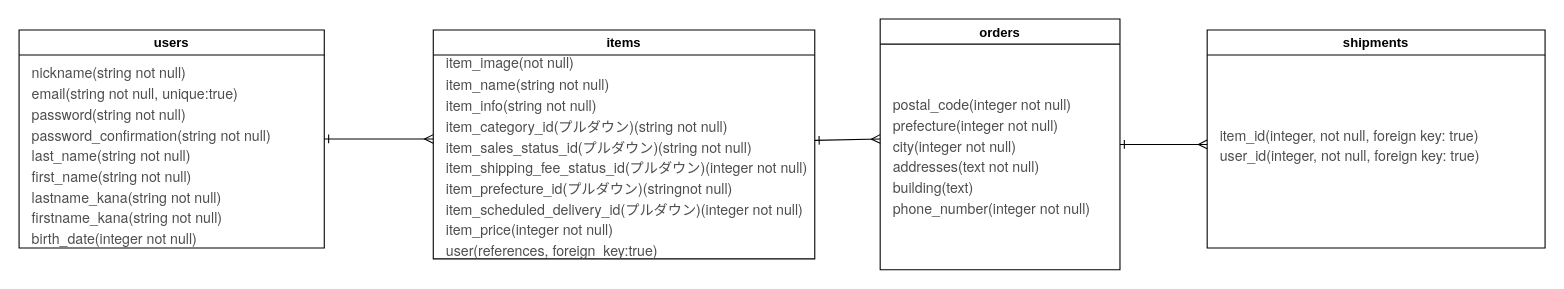
ezurechan/furima-38118 keeps this draw.io diagram as test.dio. Above is the earlier version. Source tidied: cells renumbered, new cells numbered last; positions are measured from the earlier drawing's top-left corner, leaving out a move shared by most shapes. Both pictures are drawn from the tidied source at 109%, with x=0, y=0 at pixel (19, 19).
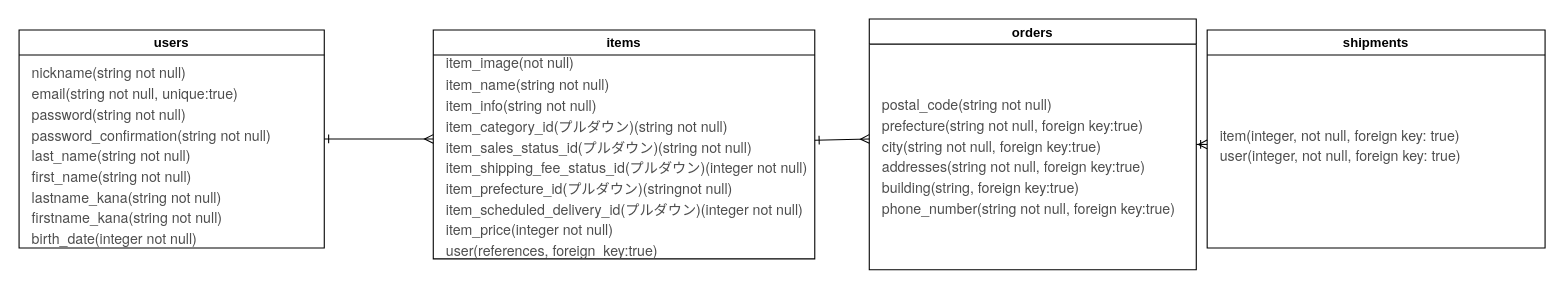
The same diagram, later.

Diff of the diagram source:
```diff
@@
 <mxGraphModel>
   <root>
     <mxCell id="0" />
     <mxCell id="1" parent="0" />
     <mxCell id="2" style="edgeStyle=none;html=1;exitX=1;exitY=0.5;exitDx=0;exitDy=0;fontSize=13;fontColor=#FFFFFF;startArrow=ERone;startFill=0;endArrow=ERmany;endFill=0;" parent="1" edge="1" source="3">
       <mxGeometry relative="1" as="geometry">
         <mxPoint x="380" y="110" as="targetPoint" />
       </mxGeometry>
     </mxCell>
-    <mxCell id="3" value="users" style="swimlane;" parent="1" vertex="1">
+    <mxCell id="3" value="users" style="swimlane;labelBackgroundColor=default;" parent="1" vertex="1">
       <mxGeometry y="10" width="280" height="200" as="geometry" />
     </mxCell>
     <mxCell id="4" value="&lt;p class=&quot;p1&quot; style=&quot;margin: 0px ; font-stretch: normal ; font-size: 13px ; line-height: normal ; font-family: &amp;quot;helvetica neue&amp;quot;&quot;&gt;&lt;font&gt;nickname(&lt;/font&gt;&lt;span style=&quot;&quot;&gt;string&lt;/span&gt;&lt;font&gt;&amp;nbsp;not null)&lt;/font&gt;&lt;/p&gt;&lt;p class=&quot;p1&quot; style=&quot;margin: 0px ; font-stretch: normal ; font-size: 13px ; line-height: normal ; font-family: &amp;quot;helvetica neue&amp;quot;&quot;&gt;&lt;font&gt;email(&lt;/font&gt;&lt;span style=&quot;&quot;&gt;string&lt;/span&gt;&lt;font&gt;&amp;nbsp;not null, unique:true)&lt;/font&gt;&lt;/p&gt;&lt;p class=&quot;p1&quot; style=&quot;margin: 0px ; font-stretch: normal ; font-size: 13px ; line-height: normal ; font-family: &amp;quot;helvetica neue&amp;quot;&quot;&gt;&lt;font&gt;password(&lt;/font&gt;&lt;span style=&quot;&quot;&gt;string&lt;/span&gt;&lt;font&gt;&amp;nbsp;not null)&lt;/font&gt;&lt;/p&gt;&lt;p class=&quot;p1&quot; style=&quot;margin: 0px ; font-stretch: normal ; font-size: 13px ; line-height: normal ; font-family: &amp;quot;helvetica neue&amp;quot;&quot;&gt;&lt;font&gt;password_confirmation(&lt;/font&gt;&lt;span style=&quot;&quot;&gt;string&lt;/span&gt;&lt;font&gt;&amp;nbsp;not null)&lt;/font&gt;&lt;/p&gt;&lt;p class=&quot;p1&quot; style=&quot;margin: 0px ; font-stretch: normal ; font-size: 13px ; line-height: normal ; font-family: &amp;quot;helvetica neue&amp;quot;&quot;&gt;&lt;font&gt;last_name(&lt;/font&gt;&lt;span style=&quot;&quot;&gt;string&lt;/span&gt;&lt;font&gt;&amp;nbsp;not null)&lt;/font&gt;&lt;/p&gt;&lt;p class=&quot;p1&quot; style=&quot;margin: 0px ; font-stretch: normal ; font-size: 13px ; line-height: normal ; font-family: &amp;quot;helvetica neue&amp;quot;&quot;&gt;&lt;font&gt;first_name(&lt;/font&gt;&lt;span style=&quot;&quot;&gt;string&lt;/span&gt;&lt;font&gt;&amp;nbsp;not null)&lt;/font&gt;&lt;/p&gt;&lt;p class=&quot;p1&quot; style=&quot;margin: 0px ; font-stretch: normal ; font-size: 13px ; line-height: normal ; font-family: &amp;quot;helvetica neue&amp;quot;&quot;&gt;&lt;font&gt;lastname_kana(&lt;/font&gt;&lt;span style=&quot;&quot;&gt;string&lt;/span&gt;&lt;font&gt;&amp;nbsp;not null)&lt;/font&gt;&lt;/p&gt;&lt;p class=&quot;p1&quot; style=&quot;margin: 0px ; font-stretch: normal ; font-size: 13px ; line-height: normal ; font-family: &amp;quot;helvetica neue&amp;quot;&quot;&gt;&lt;font&gt;firstname_kana(&lt;/font&gt;&lt;span style=&quot;&quot;&gt;string&lt;/span&gt;&lt;font&gt;&amp;nbsp;not null)&lt;/font&gt;&lt;/p&gt;&lt;p class=&quot;p1&quot; style=&quot;margin: 0px ; font-stretch: normal ; font-size: 13px ; line-height: normal ; font-family: &amp;quot;helvetica neue&amp;quot;&quot;&gt;&lt;font&gt;birth_date(integer not null)&lt;/font&gt;&lt;/p&gt;" style="text;html=1;align=left;verticalAlign=middle;strokeColor=none;fillColor=none;fontColor=#4D4D4D;" parent="3" vertex="1">
       <mxGeometry x="10" y="40" width="240" height="150" as="geometry" />
     </mxCell>
     <mxCell id="5" style="edgeStyle=none;html=1;fontSize=13;fontColor=#FFFFFF;startArrow=ERone;startFill=0;endArrow=ERmany;endFill=0;" parent="1" edge="1" source="6">
       <mxGeometry relative="1" as="geometry">
-        <mxPoint x="790" y="110" as="targetPoint" />
+        <mxPoint x="780" y="110" as="targetPoint" />
       </mxGeometry>
     </mxCell>
     <mxCell id="6" value="items" style="swimlane;" parent="1" vertex="1">
       <mxGeometry x="380" y="10" width="350" height="210" as="geometry" />
     </mxCell>
     <mxCell id="7" value="&lt;p class=&quot;p1&quot; style=&quot;margin: 0px 0px 2px ; font-stretch: normal ; line-height: normal ; font-family: &amp;#34;helvetica neue&amp;#34; ; font-size: 13px&quot;&gt;&lt;font style=&quot;font-size: 13px&quot;&gt;item_image(not null)&lt;/font&gt;&lt;/p&gt;&lt;p class=&quot;p2&quot; style=&quot;margin: 0px ; font-stretch: normal ; line-height: normal ; font-family: &amp;#34;helvetica neue&amp;#34; ; font-size: 13px&quot;&gt;&lt;font style=&quot;font-size: 13px&quot;&gt;item_name(string not null)&lt;/font&gt;&lt;/p&gt;&lt;p class=&quot;p2&quot; style=&quot;margin: 0px ; font-stretch: normal ; line-height: normal ; font-family: &amp;#34;helvetica neue&amp;#34; ; font-size: 13px&quot;&gt;&lt;font style=&quot;font-size: 13px&quot;&gt;item_info(string&amp;nbsp;not null)&lt;/font&gt;&lt;/p&gt;&lt;p class=&quot;p2&quot; style=&quot;margin: 0px ; font-stretch: normal ; line-height: normal ; font-family: &amp;#34;helvetica neue&amp;#34; ; font-size: 13px&quot;&gt;&lt;font style=&quot;font-size: 13px&quot;&gt;item_category_id(プルダウン)(string&amp;nbsp;not null)&lt;/font&gt;&lt;/p&gt;&lt;p class=&quot;p2&quot; style=&quot;margin: 0px ; font-stretch: normal ; line-height: normal ; font-family: &amp;#34;helvetica neue&amp;#34; ; font-size: 13px&quot;&gt;&lt;font style=&quot;font-size: 13px&quot;&gt;item_sales_status_id(プルダウン)(string not null)&lt;/font&gt;&lt;/p&gt;&lt;p class=&quot;p2&quot; style=&quot;margin: 0px ; font-stretch: normal ; line-height: normal ; font-family: &amp;#34;helvetica neue&amp;#34; ; font-size: 13px&quot;&gt;&lt;font style=&quot;font-size: 13px&quot;&gt;item_shipping_fee_status_id(プルダウン)(integer not null)&lt;/font&gt;&lt;/p&gt;&lt;p class=&quot;p2&quot; style=&quot;margin: 0px ; font-stretch: normal ; line-height: normal ; font-family: &amp;#34;helvetica neue&amp;#34; ; font-size: 13px&quot;&gt;&lt;font style=&quot;font-size: 13px&quot;&gt;item_prefecture_id(プルダウン)(stringnot null)&lt;/font&gt;&lt;/p&gt;&lt;p class=&quot;p2&quot; style=&quot;margin: 0px ; font-stretch: normal ; line-height: normal ; font-family: &amp;#34;helvetica neue&amp;#34; ; font-size: 13px&quot;&gt;&lt;font style=&quot;font-size: 13px&quot;&gt;item_scheduled_delivery_id(プルダウン)(integer not null)&lt;/font&gt;&lt;/p&gt;&lt;p class=&quot;p2&quot; style=&quot;margin: 0px ; font-stretch: normal ; line-height: normal ; font-family: &amp;#34;helvetica neue&amp;#34; ; font-size: 13px&quot;&gt;&lt;font style=&quot;font-size: 13px&quot;&gt;item_price(integer not null)&lt;/font&gt;&lt;/p&gt;&lt;p class=&quot;p2&quot; style=&quot;margin: 0px ; font-stretch: normal ; line-height: normal ; font-family: &amp;#34;helvetica neue&amp;#34; ; font-size: 13px&quot;&gt;&lt;font style=&quot;font-size: 13px&quot;&gt;user(references, foreign_key:true)&lt;/font&gt;&lt;/p&gt;" style="text;html=1;align=left;verticalAlign=middle;strokeColor=none;fillColor=none;fontColor=#4D4D4D;" parent="6" vertex="1">
       <mxGeometry x="10" y="20" width="340" height="190" as="geometry" />
     </mxCell>
     <mxCell id="8" style="edgeStyle=none;html=1;fontSize=13;fontColor=#FFFFFF;startArrow=ERone;startFill=0;endArrow=ERmany;endFill=0;" parent="1" edge="1" source="9">
       <mxGeometry relative="1" as="geometry">
         <mxPoint x="1090" y="115" as="targetPoint" />
       </mxGeometry>
     </mxCell>
     <mxCell id="9" value="orders" style="swimlane;" parent="1" vertex="1">
-      <mxGeometry x="790" width="220" height="230" as="geometry" />
+      <mxGeometry x="780" width="300" height="230" as="geometry" />
     </mxCell>
-    <mxCell id="10" value="&lt;p class=&quot;p1&quot; style=&quot;margin: 0px ; font-stretch: normal ; line-height: normal ; font-family: &amp;#34;helvetica neue&amp;#34;&quot;&gt;&lt;span&gt;postal_code(integer not null)&lt;/span&gt;&lt;br&gt;&lt;/p&gt;&lt;p class=&quot;p1&quot; style=&quot;margin: 0px ; font-stretch: normal ; line-height: normal ; font-family: &amp;#34;helvetica neue&amp;#34;&quot;&gt;prefecture(integer not null)&lt;/p&gt;&lt;p class=&quot;p1&quot; style=&quot;margin: 0px ; font-stretch: normal ; line-height: normal ; font-family: &amp;#34;helvetica neue&amp;#34;&quot;&gt;city(integer not null)&lt;/p&gt;&lt;p class=&quot;p1&quot; style=&quot;margin: 0px ; font-stretch: normal ; line-height: normal ; font-family: &amp;#34;helvetica neue&amp;#34;&quot;&gt;addresses(text not null)&lt;/p&gt;&lt;p class=&quot;p1&quot; style=&quot;margin: 0px ; font-stretch: normal ; line-height: normal ; font-family: &amp;#34;helvetica neue&amp;#34;&quot;&gt;building(text)&lt;/p&gt;&lt;p class=&quot;p1&quot; style=&quot;margin: 0px ; font-stretch: normal ; line-height: normal ; font-family: &amp;#34;helvetica neue&amp;#34;&quot;&gt;phone_number(integer not null)&lt;/p&gt;" style="text;html=1;align=left;verticalAlign=middle;strokeColor=none;fillColor=none;fontSize=13;fontColor=#4D4D4D;" parent="9" vertex="1">
-      <mxGeometry x="10" y="75" width="200" height="100" as="geometry" />
+    <mxCell id="10" value="&lt;p class=&quot;p1&quot; style=&quot;margin: 0px ; font-stretch: normal ; line-height: normal ; font-family: &amp;#34;helvetica neue&amp;#34;&quot;&gt;&lt;span&gt;postal_code(string not null)&lt;/span&gt;&lt;br&gt;&lt;/p&gt;&lt;p class=&quot;p1&quot; style=&quot;margin: 0px ; font-stretch: normal ; line-height: normal ; font-family: &amp;#34;helvetica neue&amp;#34;&quot;&gt;prefecture(string&amp;nbsp;not null, foreign key:true&lt;span&gt;)&lt;/span&gt;&lt;/p&gt;&lt;p class=&quot;p1&quot; style=&quot;margin: 0px ; font-stretch: normal ; line-height: normal ; font-family: &amp;#34;helvetica neue&amp;#34;&quot;&gt;city(string&amp;nbsp;not null, foreign key:true)&lt;/p&gt;&lt;p class=&quot;p1&quot; style=&quot;margin: 0px ; font-stretch: normal ; line-height: normal ; font-family: &amp;#34;helvetica neue&amp;#34;&quot;&gt;addresses(string not null, foreign key:true)&lt;/p&gt;&lt;p class=&quot;p1&quot; style=&quot;margin: 0px ; font-stretch: normal ; line-height: normal ; font-family: &amp;#34;helvetica neue&amp;#34;&quot;&gt;building(string, foreign key:true)&lt;/p&gt;&lt;p class=&quot;p1&quot; style=&quot;margin: 0px ; font-stretch: normal ; line-height: normal ; font-family: &amp;#34;helvetica neue&amp;#34;&quot;&gt;phone_number(string&amp;nbsp;not null, foreign key:true)&lt;/p&gt;" style="text;html=1;align=left;verticalAlign=middle;strokeColor=none;fillColor=none;fontSize=13;fontColor=#4D4D4D;" parent="9" vertex="1">
+      <mxGeometry x="10" y="75" width="290" height="100" as="geometry" />
     </mxCell>
     <mxCell id="11" value="shipments" style="swimlane;" parent="1" vertex="1">
       <mxGeometry x="1090" y="10" width="310" height="200" as="geometry" />
     </mxCell>
-    <mxCell id="12" value="&lt;p class=&quot;p1&quot; style=&quot;margin: 0px ; font-stretch: normal ; line-height: normal ; font-family: &amp;#34;helvetica neue&amp;#34;&quot;&gt;item_id(integer, not null, foreign key: true)&lt;/p&gt;&lt;p class=&quot;p1&quot; style=&quot;margin: 0px ; font-stretch: normal ; line-height: normal ; font-family: &amp;#34;helvetica neue&amp;#34;&quot;&gt;user_id(integer, not null, foreign key: true)&lt;br&gt;&lt;/p&gt;" style="text;html=1;align=left;verticalAlign=middle;strokeColor=none;fillColor=none;fontSize=13;fontColor=#4D4D4D;" parent="11" vertex="1">
-      <mxGeometry x="10" y="85" width="250" height="40" as="geometry" />
+    <mxCell id="12" value="&lt;p class=&quot;p1&quot; style=&quot;margin: 0px ; font-stretch: normal ; line-height: normal ; font-family: &amp;#34;helvetica neue&amp;#34;&quot;&gt;item(integer, not null, foreign key: true)&lt;/p&gt;&lt;p class=&quot;p1&quot; style=&quot;margin: 0px ; font-stretch: normal ; line-height: normal ; font-family: &amp;#34;helvetica neue&amp;#34;&quot;&gt;user(integer, not null, foreign key: true)&lt;br&gt;&lt;/p&gt;" style="text;html=1;align=left;verticalAlign=middle;strokeColor=none;fillColor=none;fontSize=13;fontColor=#4D4D4D;" parent="11" vertex="1">
+      <mxGeometry x="10" y="85" width="240" height="40" as="geometry" />
     </mxCell>
   </root>
 </mxGraphModel>
```
